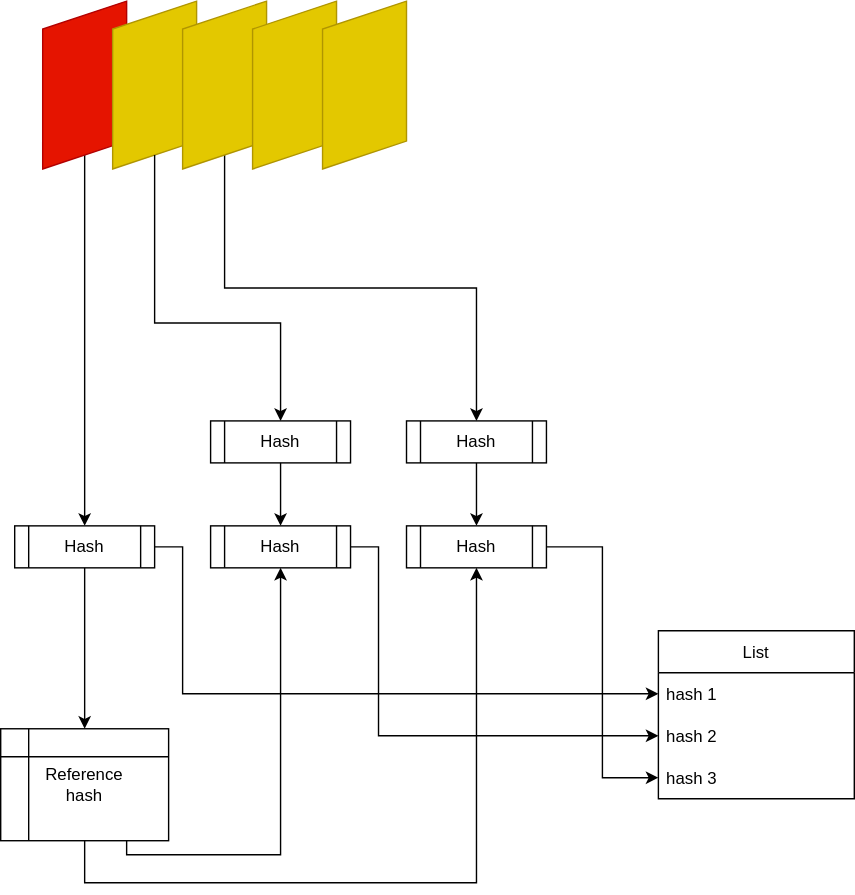
Above: doc/media/MediaSigning/LinkedHashes1To1.svg in onvif/specs (draw.io), before the change. Source tidied: cells renumbered, new cells last; positions are measured from the earlier drawing's top-left corner, leaving out a move shared by most shapes.
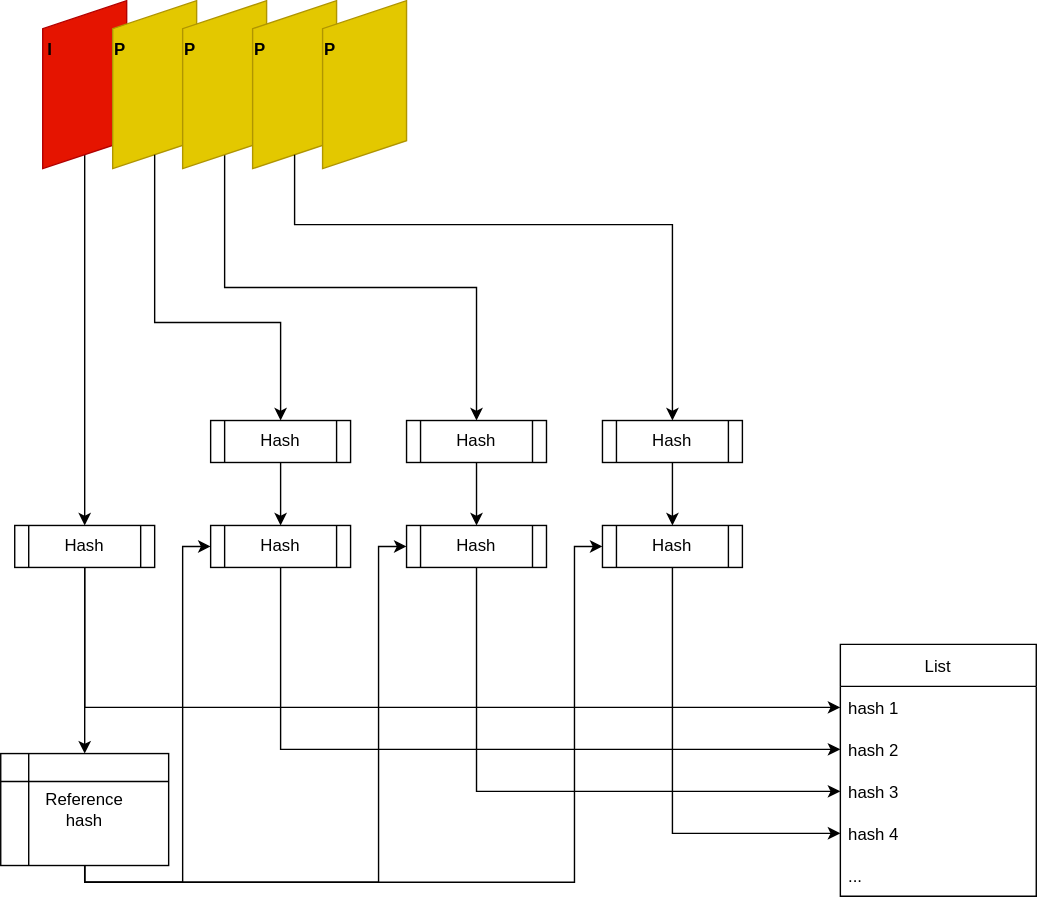
After the commit.

Commit message:
Update linked hashes figure

Change to the diagram source:
```diff
@@ -23,17 +23,33 @@
     <mxCell id="8" style="shape=parallelogram;perimeter=parallelogramPerimeter;whiteSpace=wrap;html=1;fixedSize=1;flipH=0;flipV=1;direction=south;fillColor=#e3c800;fontColor=#000000;strokeColor=#B09500;" parent="1" vertex="1">
       <mxGeometry x="230" width="60" height="120" as="geometry" />
     </mxCell>
+    <mxCell id="25" style="edgeStyle=orthogonalEdgeStyle;rounded=0;jettySize=auto;html=1;exitX=0.5;exitY=1;exitDx=0;exitDy=0;entryX=0;entryY=0.5;entryDx=0;entryDy=0;elbow=vertical;" parent="1" edge="1" source="9" target="13">
+      <mxGeometry relative="1" as="geometry">
+        <Array as="points">
+          <mxPoint x="60" y="505" />
+        </Array>
+      </mxGeometry>
+    </mxCell>
     <mxCell id="9" value="Hash" style="shape=process;whiteSpace=wrap;html=1;backgroundOutline=1;" parent="1" vertex="1">
       <mxGeometry x="10" y="375" width="100" height="30" as="geometry" />
     </mxCell>
+    <mxCell id="28" style="edgeStyle=orthogonalEdgeStyle;rounded=0;jettySize=auto;html=1;exitX=0.5;exitY=1;exitDx=0;exitDy=0;entryX=0;entryY=0.5;entryDx=0;entryDy=0;elbow=vertical;" parent="1" edge="1" source="10" target="34">
+      <mxGeometry relative="1" as="geometry">
+        <Array as="points">
+          <mxPoint x="60" y="630" />
+          <mxPoint x="410" y="630" />
+          <mxPoint x="410" y="390" />
+        </Array>
+      </mxGeometry>
+    </mxCell>
     <mxCell id="10" value="Reference&lt;br&gt;hash" style="shape=internalStorage;whiteSpace=wrap;html=1;backgroundOutline=1;" parent="1" vertex="1">
-      <mxGeometry y="520" width="120" height="80" as="geometry" />
+      <mxGeometry y="538" width="120" height="80" as="geometry" />
     </mxCell>
     <mxCell id="11" style="endArrow=classic;html=1;rounded=0;exitX=0.5;exitY=1;exitDx=0;exitDy=0;entryX=0.5;entryY=0;entryDx=0;entryDy=0;" parent="1" edge="1" source="9" target="10">
       <mxGeometry relative="1" as="geometry" />
     </mxCell>
     <mxCell id="12" value="List" style="swimlane;fontStyle=0;horizontal=1;startSize=30;" parent="1" vertex="1">
-      <mxGeometry x="470" y="450" width="140" height="120" as="geometry" />
+      <mxGeometry x="600" y="460" width="140" height="180" as="geometry" />
     </mxCell>
     <mxCell id="13" value="hash 1" style="text;strokeColor=none;fillColor=none;align=left;verticalAlign=middle;spacingLeft=4;spacingRight=4;overflow=hidden;points=[[0,0.5],[1,0.5]];portConstraint=eastwest;" parent="12" vertex="1">
       <mxGeometry y="30" width="140" height="30" as="geometry" />
@@ -44,6 +60,12 @@
     <mxCell id="15" value="hash 3" style="text;strokeColor=none;fillColor=none;align=left;verticalAlign=middle;spacingLeft=4;spacingRight=4;overflow=hidden;points=[[0,0.5],[1,0.5]];portConstraint=eastwest;" parent="12" vertex="1">
       <mxGeometry y="90" width="140" height="30" as="geometry" />
     </mxCell>
+    <mxCell id="29" value="hash 4" style="text;strokeColor=none;fillColor=none;align=left;verticalAlign=middle;spacingLeft=4;spacingRight=4;overflow=hidden;points=[[0,0.5],[1,0.5]];portConstraint=eastwest;" parent="12" vertex="1">
+      <mxGeometry y="120" width="140" height="30" as="geometry" />
+    </mxCell>
+    <mxCell id="30" value="..." style="text;strokeColor=none;fillColor=none;align=left;verticalAlign=middle;spacingLeft=4;spacingRight=4;overflow=hidden;" parent="12" vertex="1">
+      <mxGeometry y="150" width="140" height="30" as="geometry" />
+    </mxCell>
     <mxCell id="16" style="endArrow=classic;html=1;rounded=0;exitX=1;exitY=0.5;exitDx=0;exitDy=0;entryX=0.5;entryY=0;entryDx=0;entryDy=0;edgeStyle=elbowEdgeStyle;elbow=vertical;" parent="1" edge="1" source="5" target="17">
       <mxGeometry relative="1" as="geometry">
         <Array as="points">
@@ -54,6 +76,13 @@
     <mxCell id="17" value="Hash" style="shape=process;whiteSpace=wrap;html=1;backgroundOutline=1;" parent="1" vertex="1">
       <mxGeometry x="150" y="300" width="100" height="30" as="geometry" />
     </mxCell>
+    <mxCell id="23" style="edgeStyle=orthogonalEdgeStyle;rounded=0;jettySize=auto;html=1;exitX=0.5;exitY=1;exitDx=0;exitDy=0;entryX=0;entryY=0.5;entryDx=0;entryDy=0;elbow=vertical;" parent="1" edge="1" source="18" target="14">
+      <mxGeometry relative="1" as="geometry">
+        <Array as="points">
+          <mxPoint x="200" y="535" />
+        </Array>
+      </mxGeometry>
+    </mxCell>
     <mxCell id="18" value="Hash" style="shape=process;whiteSpace=wrap;html=1;backgroundOutline=1;" parent="1" vertex="1">
       <mxGeometry x="150" y="375" width="100" height="30" as="geometry" />
     </mxCell>
@@ -63,41 +92,71 @@
     <mxCell id="20" value="Hash" style="shape=process;whiteSpace=wrap;html=1;backgroundOutline=1;" parent="1" vertex="1">
       <mxGeometry x="290" y="375" width="100" height="30" as="geometry" />
     </mxCell>
+    <mxCell id="31" style="edgeStyle=orthogonalEdgeStyle;rounded=0;jettySize=auto;html=1;exitX=0.5;exitY=1;exitDx=0;exitDy=0;entryX=0.5;entryY=0;entryDx=0;entryDy=0;elbow=vertical;" parent="1" edge="1" source="32" target="34">
+      <mxGeometry relative="1" as="geometry" />
+    </mxCell>
+    <mxCell id="32" value="Hash" style="shape=process;whiteSpace=wrap;html=1;backgroundOutline=1;" parent="1" vertex="1">
+      <mxGeometry x="430" y="300" width="100" height="30" as="geometry" />
+    </mxCell>
     <mxCell id="21" style="endArrow=classic;html=1;rounded=0;elbow=vertical;exitX=0.5;exitY=1;exitDx=0;exitDy=0;" parent="1" edge="1" source="17" target="18">
       <mxGeometry relative="1" as="geometry" />
     </mxCell>
-    <mxCell id="22" style="endArrow=classic;html=1;rounded=0;entryX=0.5;entryY=1;entryDx=0;entryDy=0;edgeStyle=orthogonalEdgeStyle;elbow=vertical;exitX=0.75;exitY=1;exitDx=0;exitDy=0;" parent="1" edge="1" source="10" target="18">
-      <mxGeometry relative="1" as="geometry" />
+    <mxCell id="22" style="endArrow=classic;html=1;rounded=0;entryX=0;entryY=0.5;entryDx=0;entryDy=0;edgeStyle=orthogonalEdgeStyle;elbow=vertical;exitX=0.5;exitY=1;exitDx=0;exitDy=0;" parent="1" edge="1" source="10" target="18">
+      <mxGeometry relative="1" as="geometry">
+        <Array as="points">
+          <mxPoint x="60" y="630" />
+          <mxPoint x="130" y="630" />
+          <mxPoint x="130" y="390" />
+        </Array>
+      </mxGeometry>
     </mxCell>
-    <mxCell id="23" style="endArrow=classic;html=1;rounded=0;exitX=1;exitY=0.5;exitDx=0;exitDy=0;entryX=0;entryY=0.5;entryDx=0;entryDy=0;edgeStyle=orthogonalEdgeStyle;" parent="1" edge="1" source="18" target="14">
-      <mxGeometry relative="1" as="geometry">
-        <Array as="points">
-          <mxPoint x="270" y="390" />
-          <mxPoint x="270" y="525" />
-        </Array>
-      </mxGeometry>
-    </mxCell>
-    <mxCell id="24" style="endArrow=classic;html=1;rounded=0;exitX=0.5;exitY=1;exitDx=0;exitDy=0;entryX=0.5;entryY=1;entryDx=0;entryDy=0;edgeStyle=orthogonalEdgeStyle;elbow=vertical;" parent="1" edge="1" source="10" target="20">
+    <mxCell id="24" style="endArrow=classic;html=1;rounded=0;exitX=0.5;exitY=1;exitDx=0;exitDy=0;entryX=0;entryY=0.5;entryDx=0;entryDy=0;edgeStyle=orthogonalEdgeStyle;elbow=vertical;" parent="1" edge="1" source="10" target="20">
       <mxGeometry relative="1" as="geometry">
         <Array as="points">
           <mxPoint x="60" y="630" />
-          <mxPoint x="340" y="630" />
+          <mxPoint x="270" y="630" />
+          <mxPoint x="270" y="390" />
         </Array>
       </mxGeometry>
     </mxCell>
-    <mxCell id="25" style="endArrow=classic;html=1;rounded=0;exitX=1;exitY=0.5;exitDx=0;exitDy=0;entryX=0;entryY=0.5;entryDx=0;entryDy=0;edgeStyle=orthogonalEdgeStyle;" parent="1" edge="1" source="9" target="13">
-      <mxGeometry relative="1" as="geometry">
-        <Array as="points">
-          <mxPoint x="130" y="390" />
-          <mxPoint x="130" y="495" />
-        </Array>
-      </mxGeometry>
-    </mxCell>
-    <mxCell id="26" style="endArrow=classic;html=1;rounded=0;elbow=vertical;exitX=1;exitY=0.5;exitDx=0;exitDy=0;entryX=0;entryY=0.5;entryDx=0;entryDy=0;edgeStyle=orthogonalEdgeStyle;" parent="1" edge="1" source="20" target="15">
-      <mxGeometry relative="1" as="geometry" />
+    <mxCell id="26" style="endArrow=classic;html=1;rounded=0;elbow=vertical;exitX=0.5;exitY=1;exitDx=0;exitDy=0;entryX=0;entryY=0.5;entryDx=0;entryDy=0;edgeStyle=orthogonalEdgeStyle;" parent="1" edge="1" source="20" target="15">
+      <mxGeometry relative="1" as="geometry">
+        <Array as="points">
+          <mxPoint x="340" y="565" />
+        </Array>
+      </mxGeometry>
     </mxCell>
     <mxCell id="27" style="endArrow=classic;html=1;rounded=0;elbow=vertical;exitX=0.5;exitY=1;exitDx=0;exitDy=0;entryX=0.5;entryY=0;entryDx=0;entryDy=0;" parent="1" edge="1" source="19" target="20">
       <mxGeometry relative="1" as="geometry" />
     </mxCell>
+    <mxCell id="33" style="edgeStyle=orthogonalEdgeStyle;rounded=0;jettySize=auto;html=1;exitX=0.5;exitY=1;exitDx=0;exitDy=0;entryX=0;entryY=0.5;entryDx=0;entryDy=0;elbow=vertical;" parent="1" edge="1" source="34" target="29">
+      <mxGeometry relative="1" as="geometry" />
+    </mxCell>
+    <mxCell id="34" value="Hash" style="shape=process;whiteSpace=wrap;html=1;backgroundOutline=1;" parent="1" vertex="1">
+      <mxGeometry x="430" y="375" width="100" height="30" as="geometry" />
+    </mxCell>
+    <mxCell id="35" style="endArrow=classic;html=1;rounded=0;elbow=vertical;exitX=1;exitY=0.5;exitDx=0;exitDy=0;entryX=0.5;entryY=0;entryDx=0;entryDy=0;edgeStyle=orthogonalEdgeStyle;" parent="1" edge="1" source="7" target="32">
+      <mxGeometry relative="1" as="geometry">
+        <Array as="points">
+          <mxPoint x="210" y="160" />
+          <mxPoint x="480" y="160" />
+        </Array>
+      </mxGeometry>
+    </mxCell>
+    <mxCell id="36" value="&lt;b&gt;I&lt;/b&gt;" style="text;html=1;align=center;verticalAlign=middle;fillColor=none;strokeColor=none;rounded=0;" parent="1" vertex="1">
+      <mxGeometry x="20" y="20" width="30" height="30" as="geometry" />
+    </mxCell>
+    <mxCell id="37" value="&lt;b&gt;P&lt;/b&gt;" style="text;html=1;align=center;verticalAlign=middle;fillColor=none;strokeColor=none;rounded=0;" parent="1" vertex="1">
+      <mxGeometry x="70" y="20" width="30" height="30" as="geometry" />
+    </mxCell>
+    <mxCell id="38" value="&lt;b&gt;P&lt;/b&gt;" style="text;html=1;align=center;verticalAlign=middle;fillColor=none;strokeColor=none;rounded=0;" parent="1" vertex="1">
+      <mxGeometry x="120" y="20" width="30" height="30" as="geometry" />
+    </mxCell>
+    <mxCell id="39" value="&lt;b&gt;P&lt;/b&gt;" style="text;html=1;align=center;verticalAlign=middle;fillColor=none;strokeColor=none;rounded=0;" parent="1" vertex="1">
+      <mxGeometry x="170" y="20" width="30" height="30" as="geometry" />
+    </mxCell>
+    <mxCell id="40" value="&lt;b&gt;P&lt;/b&gt;" style="text;html=1;align=center;verticalAlign=middle;fillColor=none;strokeColor=none;rounded=0;" parent="1" vertex="1">
+      <mxGeometry x="220" y="20" width="30" height="30" as="geometry" />
+    </mxCell>
   </root>
 </mxGraphModel>
```
